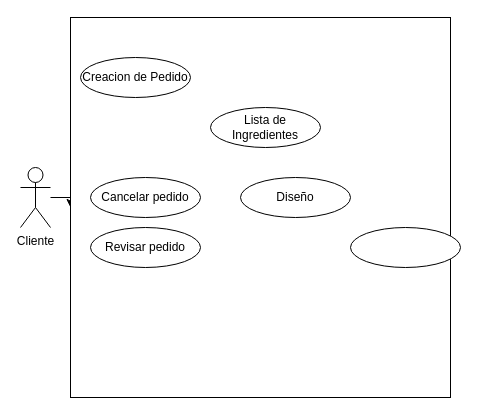
Above: Diagrama de Caso de Uso (Cliente).drawio in jorgeortizcastillo2020-hue/MSI_JJ_PARADIGMA4-1_IEC_N2_C1 (draw.io), before the change. Source tidied: cells renumbered, new cells numbered last; positions are measured from the earlier drawing's top-left corner, leaving out a move shared by most shapes. Both pictures are drawn from the tidied source at 100%, with x=0, y=0 at pixel (20, 17).
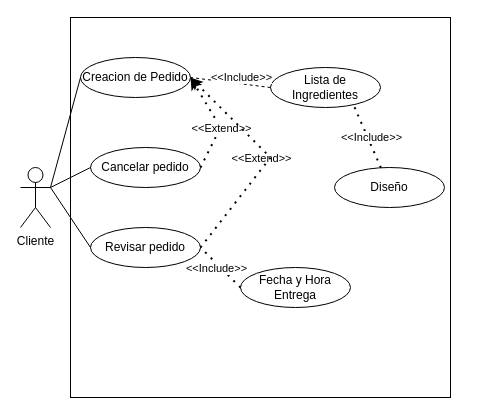
After the change.

The change refers to these unchanged cells:
```xml
<mxCell id="3" value="Cliente" style="shape=umlActor;verticalLabelPosition=bottom;verticalAlign=top;html=1;labelPerimeter=1;" parent="1" vertex="1">
  <mxGeometry y="150" width="30" height="60" as="geometry" />
</mxCell>
<mxCell id="4" style="whiteSpace=wrap;html=1;" parent="1" vertex="1">
  <mxGeometry x="50" width="380" height="380" as="geometry" />
</mxCell>
<mxCell id="5" value="Creacion de Pedido" style="ellipse;whiteSpace=wrap;html=1;shapeInside=1;" parent="1" vertex="1">
  <mxGeometry x="60" y="40" width="110" height="40" as="geometry" />
</mxCell>
<mxCell id="6" value="Revisar pedido" style="ellipse;whiteSpace=wrap;html=1;shapeInside=1;" parent="1" vertex="1">
  <mxGeometry x="70" y="210" width="110" height="40" as="geometry" />
</mxCell>
```

Change to the diagram source:
```diff
@@
-    <mxCell id="2" style="edgeStyle=orthogonalEdgeStyle;rounded=0;jettySize=auto;html=1;defaultLabelBackgroundColor=page;" parent="1" edge="1" source="3" target="4">
-      <mxGeometry relative="1" as="geometry" />
-    </mxCell>
@@
     <mxCell id="7" value="Cancelar pedido" style="ellipse;whiteSpace=wrap;html=1;shapeInside=1;" parent="1" vertex="1">
-      <mxGeometry x="70" y="160" width="110" height="40" as="geometry" />
+      <mxGeometry x="70" y="130" width="110" height="40" as="geometry" />
     </mxCell>
     <mxCell id="8" value="Lista de Ingredientes" style="ellipse;whiteSpace=wrap;html=1;shapeInside=1;" parent="1" vertex="1">
-      <mxGeometry x="190" y="90" width="110" height="40" as="geometry" />
+      <mxGeometry x="250" y="50" width="110" height="40" as="geometry" />
     </mxCell>
-    <mxCell id="9" style="ellipse;whiteSpace=wrap;html=1;shapeInside=1;" parent="1" vertex="1">
-      <mxGeometry x="330" y="210" width="110" height="40" as="geometry" />
+    <mxCell id="9" value="Fecha y Hora Entrega" style="ellipse;whiteSpace=wrap;html=1;shapeInside=1;" parent="1" vertex="1">
+      <mxGeometry x="220" y="250" width="110" height="40" as="geometry" />
     </mxCell>
     <mxCell id="10" value="Diseño" style="ellipse;whiteSpace=wrap;html=1;shapeInside=1;" parent="1" vertex="1">
-      <mxGeometry x="220" y="160" width="110" height="40" as="geometry" />
+      <mxGeometry x="314" y="150" width="110" height="40" as="geometry" />
     </mxCell>
+    <mxCell id="11" style="endArrow=none;html=1;rounded=0;defaultLabelBackgroundColor=page;entryX=1;entryY=0.3333333333333333;entryDx=0;entryDy=0;entryPerimeter=0;exitX=0;exitY=0.5;exitDx=0;exitDy=0;" parent="1" edge="1" source="5" target="3">
+      <mxGeometry relative="1" as="geometry" />
+    </mxCell>
+    <mxCell id="12" style="endArrow=none;html=1;rounded=0;defaultLabelBackgroundColor=page;entryX=0;entryY=0.5;entryDx=0;entryDy=0;exitX=1;exitY=0.3333333333333333;exitDx=0;exitDy=0;exitPerimeter=0;" parent="1" edge="1" source="3" target="7">
+      <mxGeometry relative="1" as="geometry" />
+    </mxCell>
+    <mxCell id="13" style="endArrow=none;html=1;rounded=0;defaultLabelBackgroundColor=page;entryX=0;entryY=0.5;entryDx=0;entryDy=0;exitX=1;exitY=0.3333333333333333;exitDx=0;exitDy=0;exitPerimeter=0;" parent="1" edge="1" source="3" target="6">
+      <mxGeometry relative="1" as="geometry" />
+    </mxCell>
+    <mxCell id="14" style="endArrow=none;dashed=1;html=1;rounded=0;defaultLabelBackgroundColor=page;entryX=1;entryY=0.5;entryDx=0;entryDy=0;exitX=0;exitY=0.5;exitDx=0;exitDy=0;" parent="1" edge="1" source="8" target="5">
+      <mxGeometry relative="1" as="geometry" />
+    </mxCell>
+    <mxCell id="15" style="endArrow=classic;dashed=1;html=1;dashPattern=1 3;strokeWidth=2;rounded=0;defaultLabelBackgroundColor=page;entryX=1;entryY=0.5;entryDx=0;entryDy=0;exitX=1;exitY=0.5;exitDx=0;exitDy=0;endFill=1;" parent="1" edge="1" source="7" target="5">
+      <mxGeometry relative="1" as="geometry">
+        <Array as="points">
+          <mxPoint x="200" y="110" />
+        </Array>
+      </mxGeometry>
+    </mxCell>
+    <mxCell id="16" value="&amp;lt;&amp;lt;Extend&amp;gt;&amp;gt;" style="edgeLabel;html=1;align=center;verticalAlign=middle;inheritText=1;defaultLabelBackgroundColor=page;" parent="15" vertex="1">
+      <mxGeometry x="0.29" y="1" relative="1" as="geometry">
+        <mxPoint x="12" y="18" as="offset" />
+      </mxGeometry>
+    </mxCell>
+    <mxCell id="17" value="&amp;lt;&amp;lt;Extend&amp;gt;&amp;gt;" style="edgeLabel;html=1;align=center;verticalAlign=middle;inheritText=1;defaultLabelBackgroundColor=page;" parent="15" vertex="1">
+      <mxGeometry x="0.29" y="1" relative="1" as="geometry">
+        <mxPoint x="52" y="48" as="offset" />
+      </mxGeometry>
+    </mxCell>
+    <mxCell id="18" style="endArrow=classic;dashed=1;html=1;dashPattern=1 3;strokeWidth=2;rounded=0;defaultLabelBackgroundColor=page;entryX=1;entryY=0.5;entryDx=0;entryDy=0;exitX=1;exitY=0.5;exitDx=0;exitDy=0;startArrow=none;startFill=0;endFill=1;" parent="1" edge="1" source="6" target="5">
+      <mxGeometry x="0.11" relative="1" as="geometry">
+        <Array as="points">
+          <mxPoint x="250" y="140" />
+        </Array>
+      </mxGeometry>
+    </mxCell>
+    <mxCell id="19" style="endArrow=none;dashed=1;html=1;dashPattern=1 3;strokeWidth=2;rounded=0;defaultLabelBackgroundColor=page;entryX=0.745;entryY=0.875;entryDx=0;entryDy=0;entryPerimeter=0;" parent="1" edge="1" source="10" target="8">
+      <mxGeometry relative="1" as="geometry" />
+    </mxCell>
+    <mxCell id="20" style="endArrow=none;dashed=1;html=1;dashPattern=1 3;strokeWidth=2;rounded=0;defaultLabelBackgroundColor=page;entryX=1;entryY=0.5;entryDx=0;entryDy=0;exitX=0;exitY=0.5;exitDx=0;exitDy=0;" parent="1" edge="1" source="9" target="6">
+      <mxGeometry relative="1" as="geometry" />
+    </mxCell>
+    <mxCell id="21" value="&amp;lt;&amp;lt;Include&amp;gt;&amp;gt;" style="edgeLabel;html=1;align=center;verticalAlign=middle;inheritText=1;defaultLabelBackgroundColor=page;" parent="20" vertex="1">
+      <mxGeometry x="0.1" y="4" relative="1" as="geometry" />
+    </mxCell>
+    <mxCell id="22" value="&amp;lt;&amp;lt;Include&amp;gt;&amp;gt;" style="edgeLabel;html=1;align=center;verticalAlign=middle;inheritText=1;defaultLabelBackgroundColor=page;" parent="20" vertex="1">
+      <mxGeometry x="0.1" y="4" relative="1" as="geometry">
+        <mxPoint x="155" y="-131" as="offset" />
+      </mxGeometry>
+    </mxCell>
+    <mxCell id="23" value="&amp;lt;&amp;lt;Include&amp;gt;&amp;gt;" style="edgeLabel;html=1;align=center;verticalAlign=middle;inheritText=1;defaultLabelBackgroundColor=page;" parent="20" vertex="1">
+      <mxGeometry x="0.1" y="4" relative="1" as="geometry">
+        <mxPoint x="25" y="-191" as="offset" />
+      </mxGeometry>
+    </mxCell>
```
